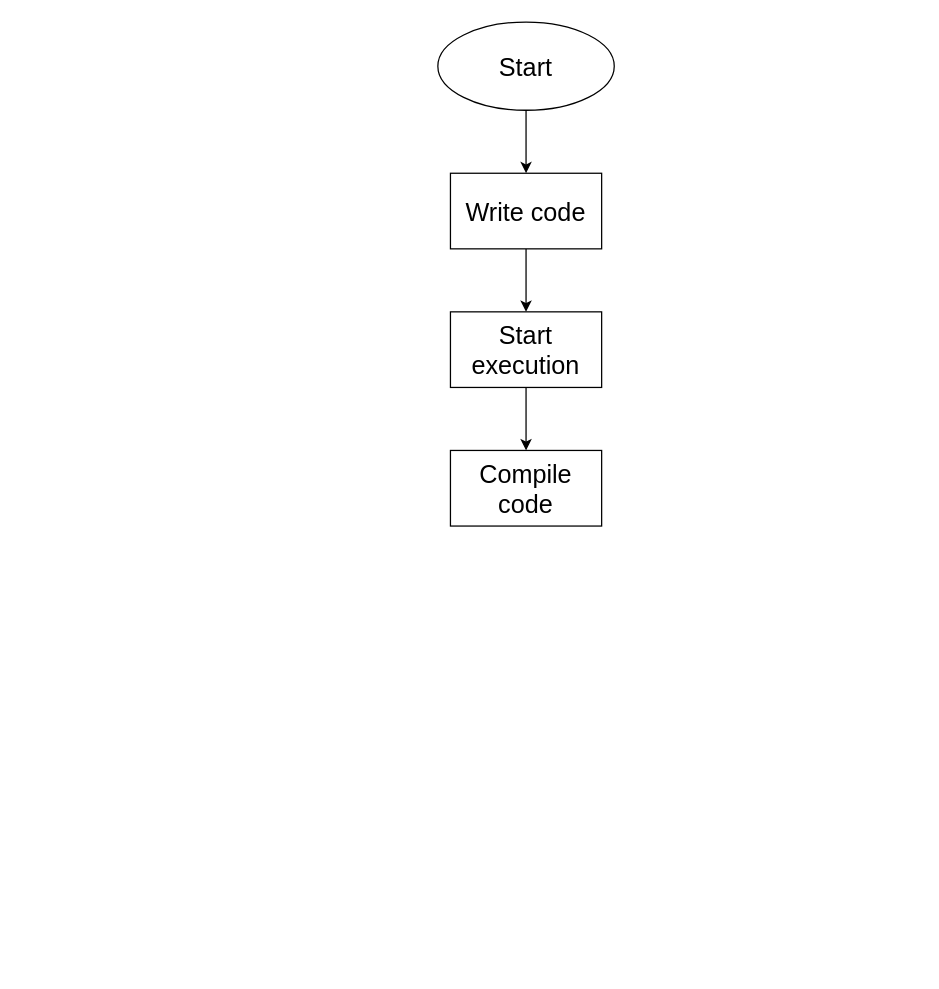
Above: Untitled Diagram.drawio in 2saad/2saad.github.io (draw.io), before the change. Source tidied: cells renumbered, new cells numbered last; positions are measured from the earlier drawing's top-left corner, leaving out a move shared by most shapes. Both pictures are drawn from the tidied source at 126%, with x=0, y=0 at pixel (437, 21).
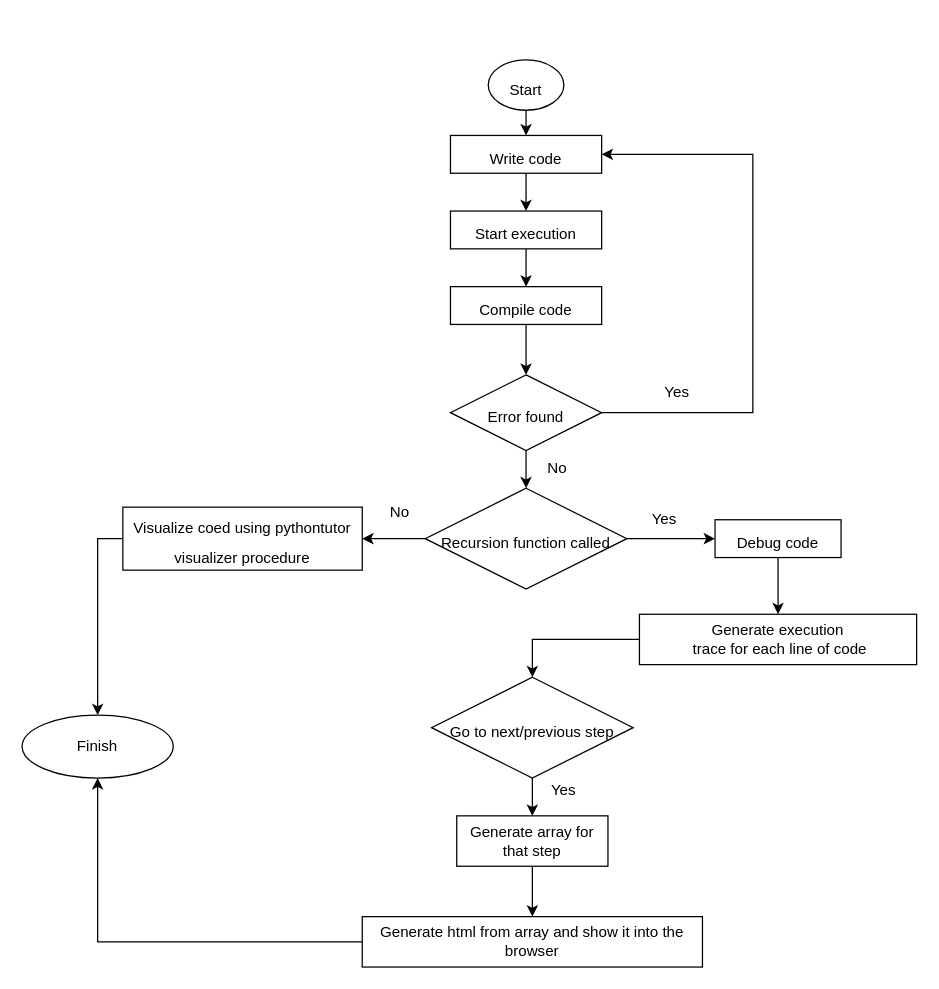
The same diagram, later.

The edit, as a diff of the source:
```diff
@@
-    <mxCell id="3" value="Start" style="ellipse;whiteSpace=wrap;html=1;fontSize=20;" parent="1" vertex="1">
-      <mxGeometry width="140" height="70" as="geometry" />
+    <mxCell id="3" value="&lt;font style=&quot;font-size: 12px&quot;&gt;Start&lt;/font&gt;" style="ellipse;whiteSpace=wrap;html=1;fontSize=20;" parent="1" vertex="1">
+      <mxGeometry x="40" y="30" width="60" height="40" as="geometry" />
     </mxCell>
@@
-    <mxCell id="5" value="Write code" style="rounded=0;whiteSpace=wrap;html=1;fontSize=20;" parent="1" vertex="1">
-      <mxGeometry x="10" y="120" width="120" height="60" as="geometry" />
+    <mxCell id="5" value="&lt;font style=&quot;font-size: 12px&quot;&gt;Write code&lt;/font&gt;" style="rounded=0;whiteSpace=wrap;html=1;fontSize=20;" parent="1" vertex="1">
+      <mxGeometry x="10" y="90" width="120" height="30" as="geometry" />
     </mxCell>
@@
-    <mxCell id="7" value="Start execution" style="rounded=0;whiteSpace=wrap;html=1;fontSize=20;" parent="1" vertex="1">
-      <mxGeometry x="10" y="230" width="120" height="60" as="geometry" />
+    <mxCell id="7" value="&lt;font style=&quot;font-size: 12px&quot;&gt;Start execution&lt;/font&gt;" style="rounded=0;whiteSpace=wrap;html=1;fontSize=20;" parent="1" vertex="1">
+      <mxGeometry x="10" y="150" width="120" height="30" as="geometry" />
     </mxCell>
+    <mxCell id="9" style="edgeStyle=orthogonalEdgeStyle;rounded=0;jettySize=auto;html=1;exitX=0.5;exitY=1;exitDx=0;exitDy=0;fontSize=20;" parent="1" edge="1" source="8" target="12">
+      <mxGeometry relative="1" as="geometry" />
+    </mxCell>
-    <mxCell id="8" value="Compile code" style="rounded=0;whiteSpace=wrap;html=1;fontSize=20;" parent="1" vertex="1">
-      <mxGeometry x="10" y="340" width="120" height="60" as="geometry" />
+    <mxCell id="8" value="&lt;font style=&quot;font-size: 12px&quot;&gt;Compile code&lt;/font&gt;" style="rounded=0;whiteSpace=wrap;html=1;fontSize=20;" parent="1" vertex="1">
+      <mxGeometry x="10" y="210" width="120" height="30" as="geometry" />
     </mxCell>
+    <mxCell id="10" style="edgeStyle=orthogonalEdgeStyle;rounded=0;jettySize=auto;html=1;exitX=1;exitY=0.5;exitDx=0;exitDy=0;entryX=1;entryY=0.5;entryDx=0;entryDy=0;fontSize=20;" parent="1" edge="1" source="12" target="5">
+      <mxGeometry relative="1" as="geometry">
+        <Array as="points">
+          <mxPoint x="250" y="310" />
+          <mxPoint x="250" y="105" />
+        </Array>
+      </mxGeometry>
+    </mxCell>
+    <mxCell id="11" style="edgeStyle=orthogonalEdgeStyle;rounded=0;jettySize=auto;html=1;exitX=0.5;exitY=1;exitDx=0;exitDy=0;entryX=0.5;entryY=0;entryDx=0;entryDy=0;fontSize=20;" parent="1" edge="1" source="12" target="16">
+      <mxGeometry relative="1" as="geometry" />
+    </mxCell>
+    <mxCell id="12" value="&lt;font style=&quot;font-size: 12px&quot;&gt;Error found&lt;/font&gt;" style="rhombus;whiteSpace=wrap;html=1;fontSize=20;" parent="1" vertex="1">
+      <mxGeometry x="10" y="280" width="120" height="60" as="geometry" />
+    </mxCell>
+    <mxCell id="13" value="&lt;font style=&quot;font-size: 12px&quot;&gt;Yes&lt;/font&gt;" style="text;html=1;strokeColor=none;fillColor=none;align=center;verticalAlign=middle;whiteSpace=wrap;rounded=0;fontSize=20;" parent="1" vertex="1">
+      <mxGeometry x="170" y="280" width="40" height="20" as="geometry" />
+    </mxCell>
+    <mxCell id="14" style="edgeStyle=orthogonalEdgeStyle;rounded=0;jettySize=auto;html=1;exitX=0;exitY=0.5;exitDx=0;exitDy=0;entryX=1;entryY=0.5;entryDx=0;entryDy=0;fontSize=20;" parent="1" edge="1" source="16" target="19">
+      <mxGeometry relative="1" as="geometry" />
+    </mxCell>
+    <mxCell id="15" style="edgeStyle=orthogonalEdgeStyle;rounded=0;jettySize=auto;html=1;exitX=1;exitY=0.5;exitDx=0;exitDy=0;entryX=0;entryY=0.5;entryDx=0;entryDy=0;fontSize=20;" parent="1" edge="1" source="16" target="22">
+      <mxGeometry relative="1" as="geometry" />
+    </mxCell>
+    <mxCell id="16" value="&lt;font style=&quot;font-size: 12px&quot;&gt;Recursion function called&lt;/font&gt;" style="rhombus;whiteSpace=wrap;html=1;fontSize=20;" parent="1" vertex="1">
+      <mxGeometry x="-10" y="370" width="160" height="80" as="geometry" />
+    </mxCell>
+    <mxCell id="17" value="&lt;font style=&quot;font-size: 12px&quot;&gt;No&lt;/font&gt;" style="text;html=1;strokeColor=none;fillColor=none;align=center;verticalAlign=middle;whiteSpace=wrap;rounded=0;fontSize=20;" parent="1" vertex="1">
+      <mxGeometry x="75" y="340" width="40" height="20" as="geometry" />
+    </mxCell>
+    <mxCell id="18" style="edgeStyle=orthogonalEdgeStyle;rounded=0;jettySize=auto;html=1;exitX=0;exitY=0.5;exitDx=0;exitDy=0;fontSize=12;" parent="1" edge="1" source="19" target="33">
+      <mxGeometry relative="1" as="geometry" />
+    </mxCell>
+    <mxCell id="19" value="&lt;font style=&quot;font-size: 12px&quot;&gt;Visualize coed using pythontutor visualizer procedure&lt;/font&gt;" style="rounded=0;whiteSpace=wrap;html=1;fontSize=20;" parent="1" vertex="1">
+      <mxGeometry x="-250" y="385" width="190" height="50" as="geometry" />
+    </mxCell>
+    <mxCell id="20" value="&lt;font style=&quot;font-size: 12px&quot;&gt;No&lt;/font&gt;" style="text;html=1;strokeColor=none;fillColor=none;align=center;verticalAlign=middle;whiteSpace=wrap;rounded=0;fontSize=20;" parent="1" vertex="1">
+      <mxGeometry x="-50" y="375" width="40" height="20" as="geometry" />
+    </mxCell>
+    <mxCell id="21" style="edgeStyle=orthogonalEdgeStyle;rounded=0;jettySize=auto;html=1;exitX=0.5;exitY=1;exitDx=0;exitDy=0;fontSize=12;" parent="1" edge="1" source="22" target="25">
+      <mxGeometry relative="1" as="geometry" />
+    </mxCell>
+    <mxCell id="22" value="&lt;font style=&quot;font-size: 12px&quot;&gt;Debug code&lt;/font&gt;" style="rounded=0;whiteSpace=wrap;html=1;fontSize=20;" parent="1" vertex="1">
+      <mxGeometry x="220" y="395" width="100" height="30" as="geometry" />
+    </mxCell>
+    <mxCell id="23" value="Yes" style="text;html=1;strokeColor=none;fillColor=none;align=center;verticalAlign=middle;whiteSpace=wrap;rounded=0;fontSize=12;" parent="1" vertex="1">
+      <mxGeometry x="160" y="385" width="40" height="20" as="geometry" />
+    </mxCell>
+    <mxCell id="24" style="edgeStyle=orthogonalEdgeStyle;rounded=0;jettySize=auto;html=1;exitX=0;exitY=0.5;exitDx=0;exitDy=0;fontSize=12;" parent="1" edge="1" source="25" target="27">
+      <mxGeometry relative="1" as="geometry">
+        <Array as="points">
+          <mxPoint x="75" y="490" />
+        </Array>
+      </mxGeometry>
+    </mxCell>
+    <mxCell id="25" value="Generate execution&lt;br&gt;&amp;nbsp;trace for each line of code" style="rounded=0;whiteSpace=wrap;html=1;fontSize=12;" parent="1" vertex="1">
+      <mxGeometry x="160" y="470" width="220" height="40" as="geometry" />
+    </mxCell>
+    <mxCell id="26" style="edgeStyle=orthogonalEdgeStyle;rounded=0;jettySize=auto;html=1;exitX=0.5;exitY=1;exitDx=0;exitDy=0;entryX=0.5;entryY=0;entryDx=0;entryDy=0;fontSize=12;" parent="1" edge="1" source="27" target="29">
+      <mxGeometry relative="1" as="geometry" />
+    </mxCell>
+    <mxCell id="27" value="&lt;font style=&quot;font-size: 12px&quot;&gt;Go to next/previous step&lt;/font&gt;" style="rhombus;whiteSpace=wrap;html=1;fontSize=20;" parent="1" vertex="1">
+      <mxGeometry x="-5" y="520" width="160" height="80" as="geometry" />
+    </mxCell>
+    <mxCell id="28" style="edgeStyle=orthogonalEdgeStyle;rounded=0;jettySize=auto;html=1;exitX=0.5;exitY=1;exitDx=0;exitDy=0;entryX=0.5;entryY=0;entryDx=0;entryDy=0;fontSize=12;" parent="1" edge="1" source="29" target="32">
+      <mxGeometry relative="1" as="geometry" />
+    </mxCell>
+    <mxCell id="29" value="Generate array for that step" style="rounded=0;whiteSpace=wrap;html=1;fontSize=12;" parent="1" vertex="1">
+      <mxGeometry x="15" y="630" width="120" height="40" as="geometry" />
+    </mxCell>
+    <mxCell id="30" value="Yes" style="text;html=1;strokeColor=none;fillColor=none;align=center;verticalAlign=middle;whiteSpace=wrap;rounded=0;fontSize=12;" parent="1" vertex="1">
+      <mxGeometry x="80" y="600" width="40" height="20" as="geometry" />
+    </mxCell>
+    <mxCell id="31" style="edgeStyle=orthogonalEdgeStyle;rounded=0;jettySize=auto;html=1;exitX=0;exitY=0.5;exitDx=0;exitDy=0;entryX=0.5;entryY=1;entryDx=0;entryDy=0;fontSize=12;" parent="1" edge="1" source="32" target="33">
+      <mxGeometry relative="1" as="geometry" />
+    </mxCell>
+    <mxCell id="32" value="Generate html from array and show it into the browser" style="rounded=0;whiteSpace=wrap;html=1;fontSize=12;" parent="1" vertex="1">
+      <mxGeometry x="-60" y="710" width="270" height="40" as="geometry" />
+    </mxCell>
+    <mxCell id="33" value="Finish" style="ellipse;whiteSpace=wrap;html=1;fontSize=12;" parent="1" vertex="1">
+      <mxGeometry x="-330" y="550" width="120" height="50" as="geometry" />
+    </mxCell>
```
